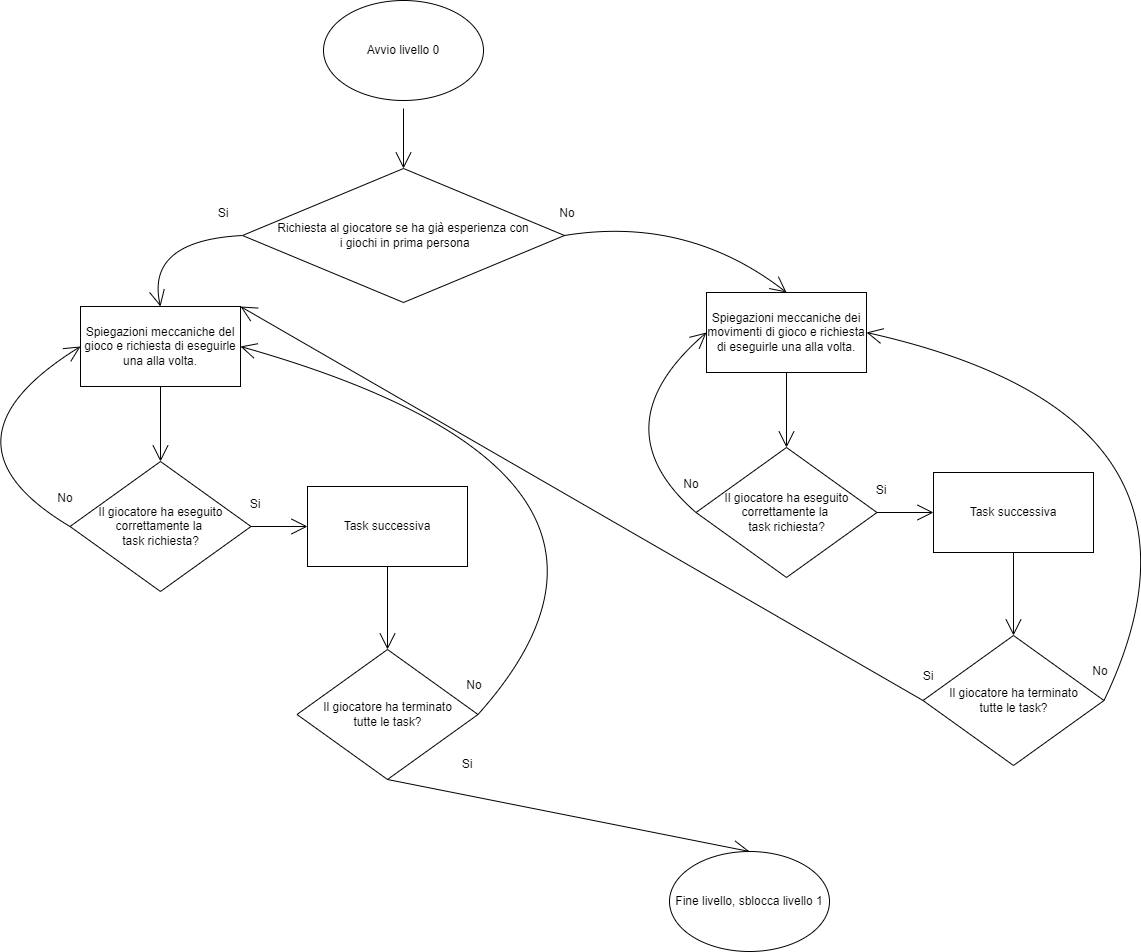
Above: doc/img/Flowchart e Grafici/Livello0Flowchart.drawio.png in zSavT/Healthy-Catering (draw.io), before the change. Source tidied: cells renumbered, new cells last; positions are measured from the earlier drawing's top-left corner, leaving out a move shared by most shapes.
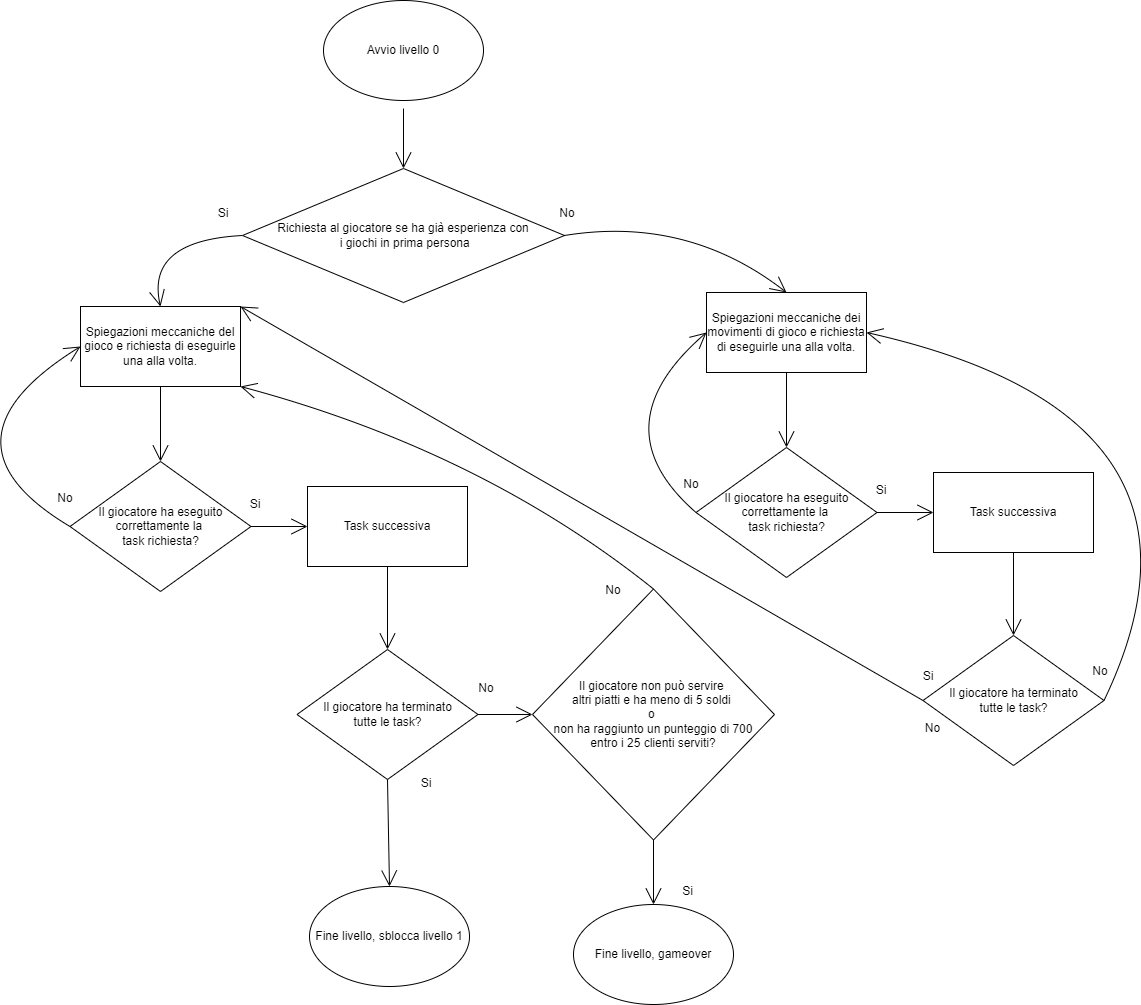
The same file after the commit.

What changed in the source:
```diff
@@ -68,18 +68,11 @@
     <mxCell id="19" style="edgeStyle=none;jettySize=auto;html=1;rounded=0;fontSize=12;endArrow=open;startSize=14;endSize=14;sourcePerimeterSpacing=8;targetPerimeterSpacing=8;curved=1;exitX=0.5;exitY=1;exitDx=0;exitDy=0;entryX=0.5;entryY=0;entryDx=0;entryDy=0;" parent="1" edge="1" source="17" target="22">
       <mxGeometry relative="1" as="geometry" />
     </mxCell>
-    <mxCell id="20" style="edgeStyle=none;jettySize=auto;html=1;rounded=0;fontSize=12;endArrow=open;startSize=14;endSize=14;sourcePerimeterSpacing=8;targetPerimeterSpacing=8;curved=1;exitX=1;exitY=0.5;exitDx=0;exitDy=0;entryX=1;entryY=0.5;entryDx=0;entryDy=0;" parent="1" edge="1" source="17" target="5">
-      <mxGeometry relative="1" as="geometry">
-        <Array as="points">
-          <mxPoint x="765" y="474" />
-        </Array>
-      </mxGeometry>
-    </mxCell>
     <mxCell id="21" value="No" style="text;strokeColor=none;fillColor=none;html=1;align=center;verticalAlign=middle;whiteSpace=wrap;rounded=0;hachureGap=4;fontSize=12;" parent="1" vertex="1">
-      <mxGeometry x="517" y="670" width="60" height="30" as="geometry" />
+      <mxGeometry x="529" y="673" width="60" height="30" as="geometry" />
     </mxCell>
     <mxCell id="22" value="Fine livello, sblocca livello 1" style="ellipse;whiteSpace=wrap;html=1;hachureGap=4;fontSize=12;" parent="1" vertex="1">
-      <mxGeometry x="742" y="851" width="160" height="100" as="geometry" />
+      <mxGeometry x="382" y="886" width="160" height="100" as="geometry" />
     </mxCell>
     <mxCell id="23" value="Spiegazioni meccaniche dei movimenti di gioco e richiesta di eseguirle una alla volta." style="rounded=0;whiteSpace=wrap;html=1;hachureGap=4;fontSize=12;" parent="1" vertex="1">
       <mxGeometry x="779" y="292" width="160" height="80" as="geometry" />
@@ -126,7 +119,7 @@
       </mxGeometry>
     </mxCell>
     <mxCell id="35" value="Si" style="text;strokeColor=none;fillColor=none;html=1;align=center;verticalAlign=middle;whiteSpace=wrap;rounded=0;hachureGap=4;fontSize=12;" parent="1" vertex="1">
-      <mxGeometry x="510" y="749" width="60" height="30" as="geometry" />
+      <mxGeometry x="469" y="768" width="60" height="30" as="geometry" />
     </mxCell>
     <mxCell id="36" value="Si" style="text;strokeColor=none;fillColor=none;html=1;align=center;verticalAlign=middle;whiteSpace=wrap;rounded=0;hachureGap=4;fontSize=12;" parent="1" vertex="1">
       <mxGeometry x="971" y="661" width="60" height="30" as="geometry" />
@@ -134,5 +127,33 @@
     <mxCell id="37" style="edgeStyle=none;jettySize=auto;html=1;rounded=0;fontSize=12;endArrow=open;startSize=14;endSize=14;sourcePerimeterSpacing=8;targetPerimeterSpacing=8;curved=1;exitX=0;exitY=0.5;exitDx=0;exitDy=0;entryX=1;entryY=0;entryDx=0;entryDy=0;" parent="1" edge="1" source="30" target="5">
       <mxGeometry relative="1" as="geometry" />
     </mxCell>
+    <mxCell id="38" value="Il giocatore non può servire &lt;br&gt;altri piatti e ha meno di 5 soldi &lt;br&gt;o &lt;br&gt;non ha raggiunto un punteggio di 700&lt;br&gt;entro i 25 clienti serviti?" style="rhombus;whiteSpace=wrap;html=1;hachureGap=4;fontSize=12;" parent="1" vertex="1">
+      <mxGeometry x="605" y="588.5" width="242" height="251" as="geometry" />
+    </mxCell>
+    <mxCell id="39" style="edgeStyle=none;jettySize=auto;html=1;rounded=0;fontSize=12;endArrow=open;startSize=14;endSize=14;sourcePerimeterSpacing=8;targetPerimeterSpacing=8;curved=1;exitX=0.5;exitY=1;exitDx=0;exitDy=0;entryX=0.5;entryY=0;entryDx=0;entryDy=0;" parent="1" edge="1" source="38" target="41">
+      <mxGeometry relative="1" as="geometry" />
+    </mxCell>
+    <mxCell id="40" value="Si" style="text;html=1;align=center;verticalAlign=middle;strokeColor=none;fillColor=none;hachureGap=4;" parent="1" vertex="1">
+      <mxGeometry x="745" y="878" width="29" height="26" as="geometry" />
+    </mxCell>
+    <mxCell id="41" value="Fine livello, gameover" style="ellipse;whiteSpace=wrap;html=1;hachureGap=4;fontSize=12;" parent="1" vertex="1">
+      <mxGeometry x="646" y="904" width="160" height="100" as="geometry" />
+    </mxCell>
+    <mxCell id="42" value="No" style="text;html=1;align=center;verticalAlign=middle;strokeColor=none;fillColor=none;hachureGap=4;" parent="1" vertex="1">
+      <mxGeometry x="988" y="715" width="33" height="26" as="geometry" />
+    </mxCell>
+    <mxCell id="43" style="edgeStyle=none;jettySize=auto;html=1;rounded=0;fontSize=12;endArrow=open;startSize=14;endSize=14;sourcePerimeterSpacing=8;targetPerimeterSpacing=8;curved=1;exitX=1;exitY=0.5;exitDx=0;exitDy=0;entryX=0;entryY=0.5;entryDx=0;entryDy=0;" parent="1" edge="1" source="17" target="38">
+      <mxGeometry relative="1" as="geometry" />
+    </mxCell>
+    <mxCell id="44" style="edgeStyle=none;jettySize=auto;html=1;rounded=0;fontSize=12;endArrow=open;startSize=14;endSize=14;sourcePerimeterSpacing=8;targetPerimeterSpacing=8;curved=1;exitX=0.5;exitY=0;exitDx=0;exitDy=0;entryX=1;entryY=1;entryDx=0;entryDy=0;" parent="1" edge="1" source="38" target="5">
+      <mxGeometry relative="1" as="geometry">
+        <Array as="points">
+          <mxPoint x="553" y="450" />
+        </Array>
+      </mxGeometry>
+    </mxCell>
+    <mxCell id="45" value="No" style="text;strokeColor=none;fillColor=none;html=1;align=center;verticalAlign=middle;whiteSpace=wrap;rounded=0;hachureGap=4;fontSize=12;" parent="1" vertex="1">
+      <mxGeometry x="656" y="575" width="60" height="30" as="geometry" />
+    </mxCell>
   </root>
 </mxGraphModel>
```
